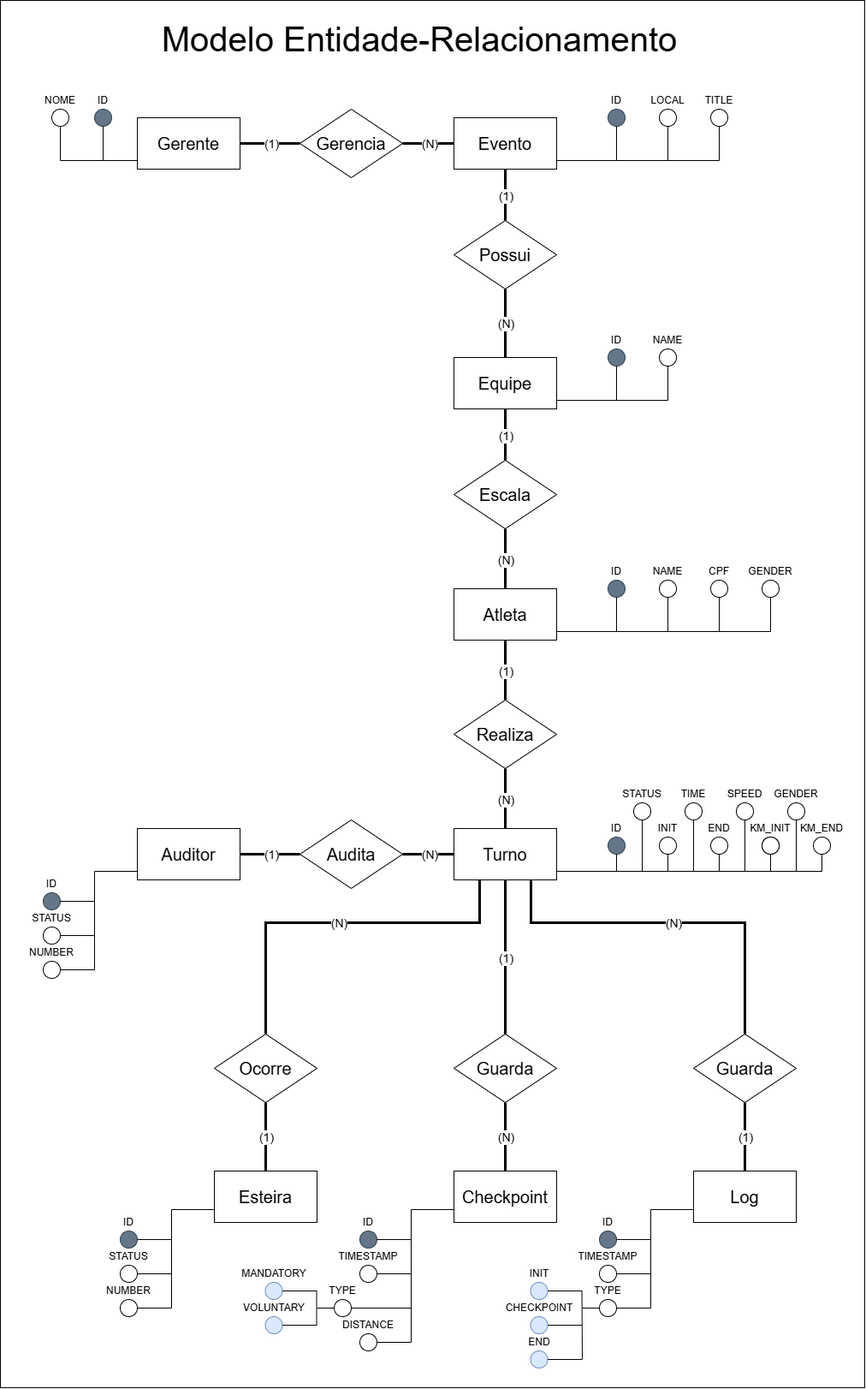
Above: documentos/assets/modelo-entidade-relacionamento/Modelo-ER.png in Gabriel-Marques-tech/redbull24hrs (draw.io), before the change. Source tidied: cells renumbered, new cells last; positions are measured from the earlier drawing's top-left corner, leaving out a move shared by most shapes.
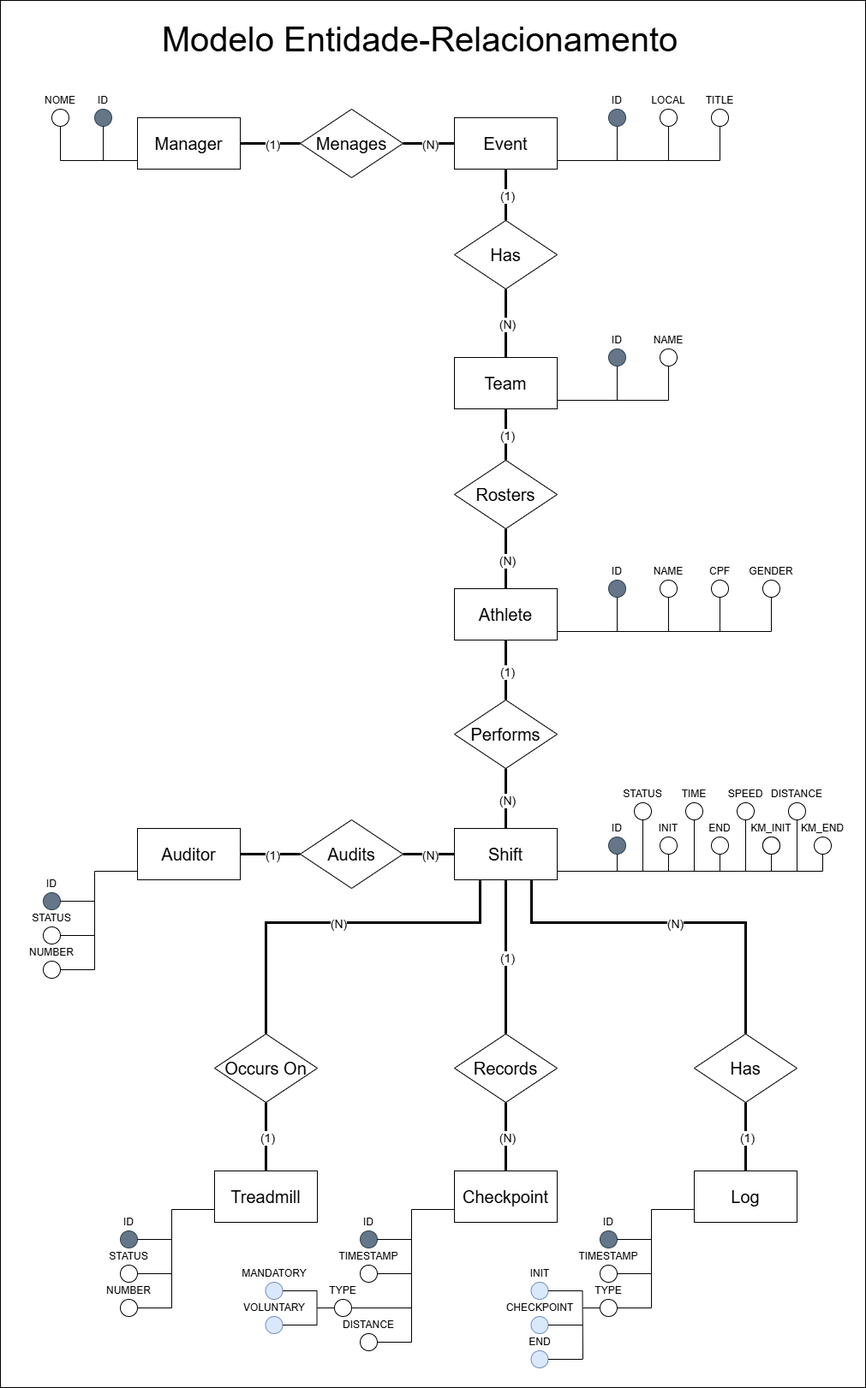
After the commit.

Commit message:
fix: corrige padronização do modelo ER para inglês

The edit, as a diff of the source:
```diff
@@ -5,22 +5,22 @@
     <mxCell id="2" style="rounded=0;whiteSpace=wrap;html=1;" parent="1" vertex="1">
       <mxGeometry width="1010" height="1620" as="geometry" />
     </mxCell>
-    <mxCell id="3" value="&lt;font style=&quot;font-size: 20px;&quot;&gt;Evento&lt;/font&gt;" style="rounded=0;whiteSpace=wrap;html=1;" parent="1" vertex="1">
+    <mxCell id="3" value="&lt;font style=&quot;font-size: 20px;&quot;&gt;Event&lt;/font&gt;" style="rounded=0;whiteSpace=wrap;html=1;" parent="1" vertex="1">
       <mxGeometry x="530" y="137" width="120" height="60" as="geometry" />
     </mxCell>
-    <mxCell id="4" value="&lt;font style=&quot;font-size: 20px;&quot;&gt;Equipe&lt;/font&gt;" style="rounded=0;whiteSpace=wrap;html=1;" parent="1" vertex="1">
+    <mxCell id="4" value="&lt;font style=&quot;font-size: 20px;&quot;&gt;Team&lt;/font&gt;" style="rounded=0;whiteSpace=wrap;html=1;" parent="1" vertex="1">
       <mxGeometry x="530" y="417" width="120" height="60" as="geometry" />
     </mxCell>
-    <mxCell id="5" value="&lt;font style=&quot;font-size: 20px;&quot;&gt;Possui&lt;/font&gt;" style="rhombus;whiteSpace=wrap;html=1;" parent="1" vertex="1">
+    <mxCell id="5" value="&lt;span style=&quot;font-size: 20px;&quot;&gt;Has&lt;/span&gt;" style="rhombus;whiteSpace=wrap;html=1;" parent="1" vertex="1">
       <mxGeometry x="530" y="257" width="120" height="80" as="geometry" />
     </mxCell>
-    <mxCell id="6" value="&lt;font style=&quot;font-size: 20px;&quot;&gt;Atleta&lt;/font&gt;" style="rounded=0;whiteSpace=wrap;html=1;" parent="1" vertex="1">
+    <mxCell id="6" value="&lt;font style=&quot;font-size: 20px;&quot;&gt;Athlete&lt;/font&gt;" style="rounded=0;whiteSpace=wrap;html=1;" parent="1" vertex="1">
       <mxGeometry x="530" y="687" width="120" height="60" as="geometry" />
     </mxCell>
     <mxCell id="7" value="&lt;font style=&quot;font-size: 20px;&quot;&gt;Auditor&lt;/font&gt;" style="rounded=0;whiteSpace=wrap;html=1;" parent="1" vertex="1">
       <mxGeometry x="160" y="967" width="120" height="60" as="geometry" />
     </mxCell>
-    <mxCell id="8" value="&lt;font style=&quot;font-size: 20px;&quot;&gt;Turno&lt;/font&gt;" style="rounded=0;whiteSpace=wrap;html=1;" parent="1" vertex="1">
+    <mxCell id="8" value="&lt;font style=&quot;font-size: 20px;&quot;&gt;Shift&lt;/font&gt;" style="rounded=0;whiteSpace=wrap;html=1;" parent="1" vertex="1">
       <mxGeometry x="530" y="967" width="120" height="60" as="geometry" />
     </mxCell>
     <mxCell id="9" style="endArrow=none;html=1;rounded=0;exitX=0.5;exitY=1;exitDx=0;exitDy=0;endFill=0;strokeWidth=3;entryX=0.5;entryY=0;entryDx=0;entryDy=0;" parent="1" edge="1" source="3" target="5">
@@ -35,7 +35,7 @@
     <mxCell id="12" value="&lt;font style=&quot;font-size: 14px;&quot;&gt;(N)&lt;/font&gt;" style="edgeLabel;html=1;align=center;verticalAlign=middle;" parent="11" vertex="1">
       <mxGeometry relative="1" as="geometry" />
     </mxCell>
-    <mxCell id="13" value="&lt;font style=&quot;font-size: 20px;&quot;&gt;Escala&lt;/font&gt;" style="rhombus;whiteSpace=wrap;html=1;" parent="1" vertex="1">
+    <mxCell id="13" value="&lt;font style=&quot;font-size: 20px;&quot;&gt;Rosters&lt;/font&gt;" style="rhombus;whiteSpace=wrap;html=1;" parent="1" vertex="1">
       <mxGeometry x="530" y="537" width="120" height="80" as="geometry" />
     </mxCell>
     <mxCell id="14" style="endArrow=none;html=1;rounded=0;endFill=0;strokeWidth=3;exitX=0.5;exitY=1;exitDx=0;exitDy=0;entryX=0.5;entryY=0;entryDx=0;entryDy=0;" parent="1" edge="1" source="4" target="13">
@@ -50,7 +50,7 @@
     <mxCell id="17" value="&lt;font style=&quot;font-size: 14px;&quot;&gt;(N)&lt;/font&gt;" style="edgeLabel;html=1;align=center;verticalAlign=middle;" parent="16" vertex="1">
       <mxGeometry relative="1" as="geometry" />
     </mxCell>
-    <mxCell id="18" value="&lt;font style=&quot;font-size: 20px;&quot;&gt;Realiza&lt;/font&gt;" style="rhombus;whiteSpace=wrap;html=1;" parent="1" vertex="1">
+    <mxCell id="18" value="&lt;font style=&quot;font-size: 20px;&quot;&gt;Performs&lt;/font&gt;" style="rhombus;whiteSpace=wrap;html=1;" parent="1" vertex="1">
       <mxGeometry x="530" y="817" width="120" height="80" as="geometry" />
     </mxCell>
     <mxCell id="19" value="1" style="endArrow=none;html=1;rounded=0;endFill=0;strokeWidth=3;exitX=0.5;exitY=1;exitDx=0;exitDy=0;entryX=0.5;entryY=0;entryDx=0;entryDy=0;" parent="1" edge="1" source="6" target="18">
@@ -65,7 +65,7 @@
     <mxCell id="22" value="&lt;font style=&quot;font-size: 14px;&quot;&gt;(N)&lt;/font&gt;" style="edgeLabel;html=1;align=center;verticalAlign=middle;" parent="21" vertex="1">
       <mxGeometry relative="1" as="geometry" />
     </mxCell>
-    <mxCell id="23" value="&lt;font style=&quot;font-size: 20px;&quot;&gt;Audita&lt;/font&gt;" style="rhombus;whiteSpace=wrap;html=1;" parent="1" vertex="1">
+    <mxCell id="23" value="&lt;font style=&quot;font-size: 20px;&quot;&gt;Audits&lt;/font&gt;" style="rhombus;whiteSpace=wrap;html=1;" parent="1" vertex="1">
       <mxGeometry x="350" y="957" width="120" height="80" as="geometry" />
     </mxCell>
     <mxCell id="24" style="endArrow=none;html=1;rounded=0;endFill=0;strokeWidth=3;exitX=1;exitY=0.5;exitDx=0;exitDy=0;entryX=0;entryY=0.5;entryDx=0;entryDy=0;" parent="1" edge="1" source="23" target="8">
@@ -80,7 +80,7 @@
     <mxCell id="27" value="&lt;font style=&quot;font-size: 14px;&quot;&gt;(1)&lt;/font&gt;" style="edgeLabel;html=1;align=center;verticalAlign=middle;" parent="26" vertex="1">
       <mxGeometry relative="1" as="geometry" />
     </mxCell>
-    <mxCell id="28" value="&lt;font style=&quot;font-size: 20px;&quot;&gt;Guarda&lt;/font&gt;" style="rhombus;whiteSpace=wrap;html=1;" parent="1" vertex="1">
+    <mxCell id="28" value="&lt;font style=&quot;font-size: 20px;&quot;&gt;Records&lt;/font&gt;" style="rhombus;whiteSpace=wrap;html=1;" parent="1" vertex="1">
       <mxGeometry x="530" y="1207" width="120" height="80" as="geometry" />
     </mxCell>
     <mxCell id="29" style="endArrow=none;html=1;rounded=0;endFill=0;strokeWidth=3;exitX=0.5;exitY=1;exitDx=0;exitDy=0;entryX=0.5;entryY=0;entryDx=0;entryDy=0;" parent="1" edge="1" source="8" target="28">
@@ -98,16 +98,16 @@
     <mxCell id="33" value="&lt;font style=&quot;font-size: 14px;&quot;&gt;(N)&lt;/font&gt;" style="edgeLabel;html=1;align=center;verticalAlign=middle;" parent="32" vertex="1">
       <mxGeometry relative="1" as="geometry" />
     </mxCell>
-    <mxCell id="34" value="&lt;font style=&quot;font-size: 20px;&quot;&gt;Esteira&lt;/font&gt;" style="rounded=0;whiteSpace=wrap;html=1;" parent="1" vertex="1">
+    <mxCell id="34" value="&lt;font style=&quot;font-size: 20px;&quot;&gt;Treadmill&lt;/font&gt;" style="rounded=0;whiteSpace=wrap;html=1;" parent="1" vertex="1">
       <mxGeometry x="250" y="1367" width="120" height="60" as="geometry" />
     </mxCell>
     <mxCell id="35" value="&lt;font style=&quot;font-size: 20px;&quot;&gt;Log&lt;/font&gt;" style="rounded=0;whiteSpace=wrap;html=1;" parent="1" vertex="1">
       <mxGeometry x="810" y="1367" width="120" height="60" as="geometry" />
     </mxCell>
-    <mxCell id="36" value="&lt;span style=&quot;font-size: 20px;&quot;&gt;Ocorre&lt;/span&gt;" style="rhombus;whiteSpace=wrap;html=1;" parent="1" vertex="1">
+    <mxCell id="36" value="&lt;span style=&quot;font-size: 20px;&quot;&gt;Occurs On&lt;/span&gt;" style="rhombus;whiteSpace=wrap;html=1;" parent="1" vertex="1">
       <mxGeometry x="250" y="1207" width="120" height="80" as="geometry" />
     </mxCell>
-    <mxCell id="37" value="&lt;span style=&quot;font-size: 20px;&quot;&gt;Guarda&lt;/span&gt;" style="rhombus;whiteSpace=wrap;html=1;" parent="1" vertex="1">
+    <mxCell id="37" value="&lt;span style=&quot;font-size: 20px;&quot;&gt;Has&lt;/span&gt;" style="rhombus;whiteSpace=wrap;html=1;" parent="1" vertex="1">
       <mxGeometry x="810" y="1207" width="120" height="80" as="geometry" />
     </mxCell>
     <mxCell id="38" style="endArrow=none;html=1;rounded=0;endFill=0;strokeWidth=3;exitX=0.75;exitY=1;exitDx=0;exitDy=0;entryX=0.5;entryY=0;entryDx=0;entryDy=0;" parent="1" edge="1" source="8" target="37">
@@ -332,7 +332,7 @@
     <mxCell id="95" value="SPEED" style="text;html=1;whiteSpace=wrap;strokeColor=none;fillColor=none;align=center;verticalAlign=middle;rounded=0;" parent="1" vertex="1">
       <mxGeometry x="860" y="917" width="20" height="20" as="geometry" />
     </mxCell>
-    <mxCell id="96" value="GENDER" style="text;html=1;whiteSpace=wrap;strokeColor=none;fillColor=none;align=center;verticalAlign=middle;rounded=0;" parent="1" vertex="1">
+    <mxCell id="96" value="DISTANCE" style="text;html=1;whiteSpace=wrap;strokeColor=none;fillColor=none;align=center;verticalAlign=middle;rounded=0;" parent="1" vertex="1">
       <mxGeometry x="920" y="917" width="20" height="20" as="geometry" />
     </mxCell>
     <mxCell id="97" style="endArrow=none;html=1;rounded=0;exitX=0.5;exitY=1;exitDx=0;exitDy=0;" parent="1" edge="1" source="89">
@@ -627,10 +627,10 @@
     <mxCell id="167" value="NUMBER" style="text;html=1;whiteSpace=wrap;strokeColor=none;fillColor=none;align=center;verticalAlign=middle;rounded=0;" parent="1" vertex="1">
       <mxGeometry x="50" y="1102" width="20" height="20" as="geometry" />
     </mxCell>
-    <mxCell id="168" value="&lt;font style=&quot;font-size: 20px;&quot;&gt;Gerente&lt;/font&gt;" style="rounded=0;whiteSpace=wrap;html=1;" parent="1" vertex="1">
+    <mxCell id="168" value="&lt;font style=&quot;font-size: 20px;&quot;&gt;Manager&lt;/font&gt;" style="rounded=0;whiteSpace=wrap;html=1;" parent="1" vertex="1">
       <mxGeometry x="160" y="137" width="120" height="60" as="geometry" />
     </mxCell>
-    <mxCell id="169" value="&lt;font style=&quot;font-size: 20px;&quot;&gt;Gerencia&lt;/font&gt;" style="rhombus;whiteSpace=wrap;html=1;" parent="1" vertex="1">
+    <mxCell id="169" value="&lt;font style=&quot;font-size: 20px;&quot;&gt;Menages&lt;/font&gt;" style="rhombus;whiteSpace=wrap;html=1;" parent="1" vertex="1">
       <mxGeometry x="350" y="127" width="120" height="80" as="geometry" />
     </mxCell>
     <mxCell id="170" style="endArrow=none;html=1;rounded=0;endFill=0;strokeWidth=3;exitX=1;exitY=0.5;exitDx=0;exitDy=0;entryX=0;entryY=0.5;entryDx=0;entryDy=0;" parent="1" edge="1" source="169">
```
